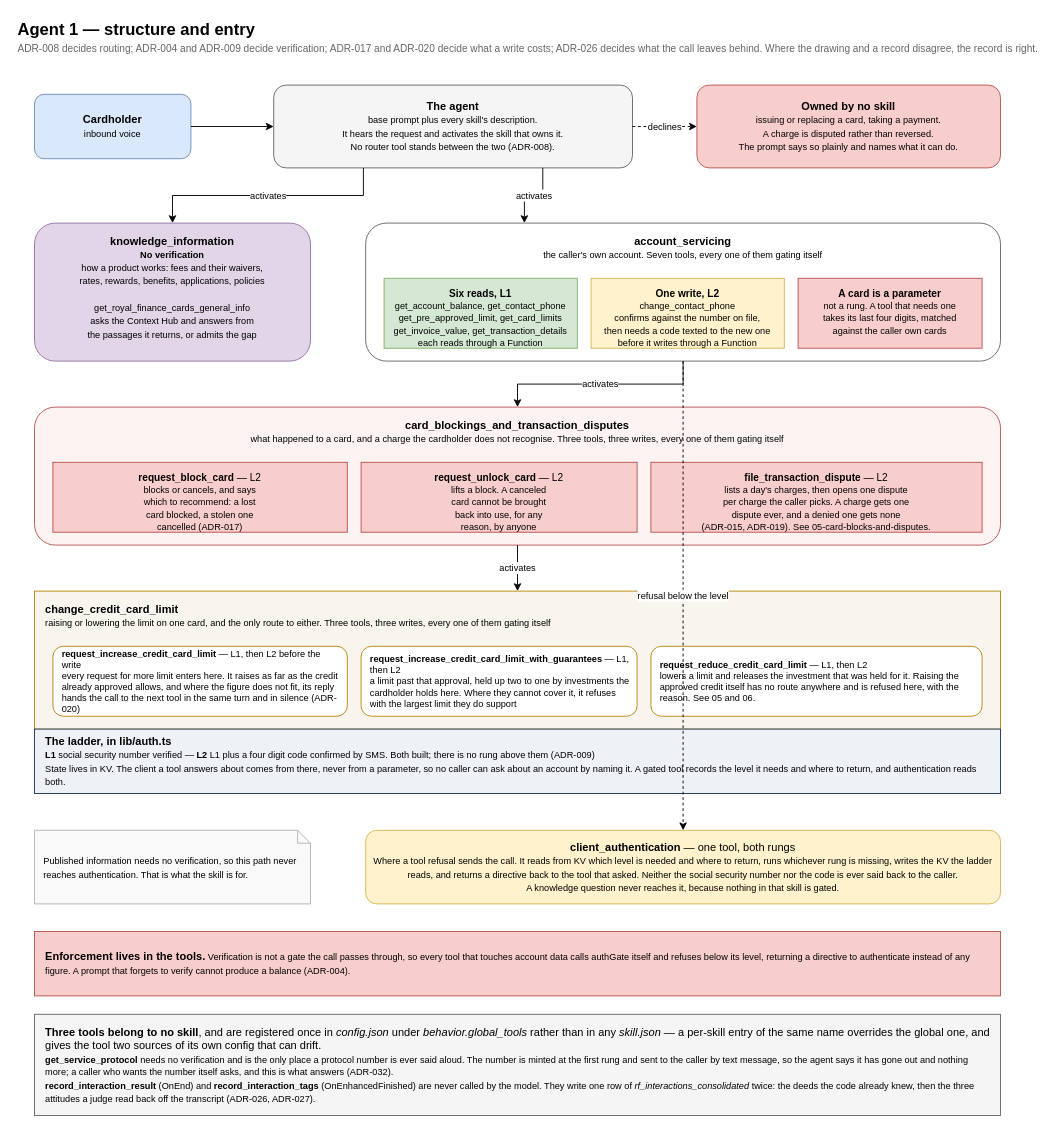
This is diagrams/01-structure-and-entry.drawio from henriquecv-wonderful/royal-finance-github, a draw.io file, before an edit. Source tidied: cells renumbered, new cells numbered last; positions are measured from the earlier drawing's top-left corner, leaving out a move shared by most shapes. Both pictures are drawn from the tidied source at 92%, with x=0, y=0 at pixel (16, 16).
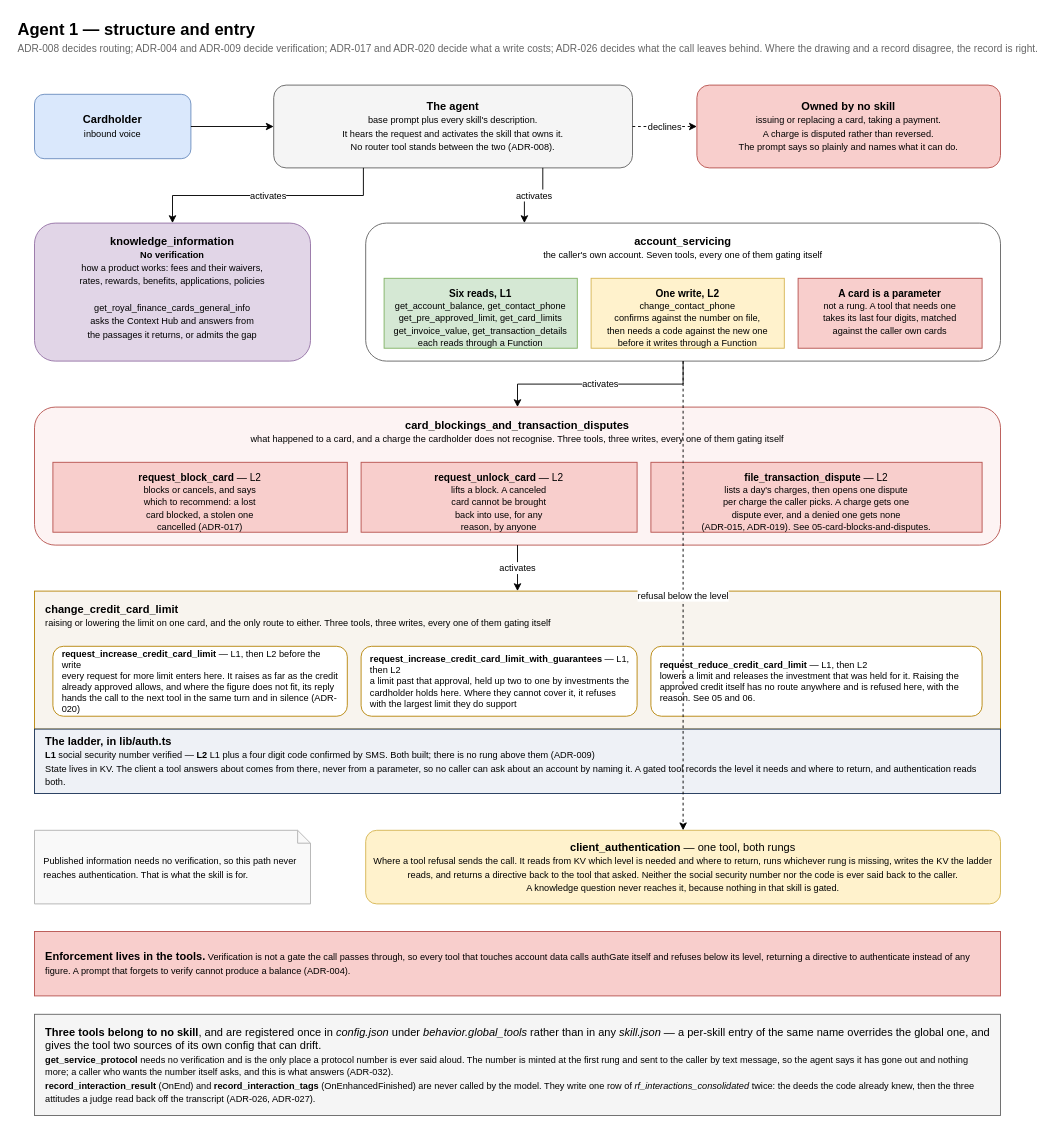
After the change.

Commit message (it also covers changes not shown here):
Diagrams: SMS delivery is diverted to a mock number

What changed in the source:
```diff
@@
-    <mxCell id="10" value="&lt;b&gt;One write, L2&lt;/b&gt;&lt;br&gt;&lt;font style=&quot;font-size: 10px&quot;&gt;change_contact_phone&lt;br&gt;confirms against the number on file,&lt;br&gt;then needs a code texted to the new one&lt;br&gt;before it writes through a Function&lt;/font&gt;" style="rounded=0;whiteSpace=wrap;html=1;fillColor=#fff2cc;strokeColor=#d6b656;fontSize=11;verticalAlign=top;spacingTop=4;" parent="1" vertex="1">
+    <mxCell id="10" value="&lt;b&gt;One write, L2&lt;/b&gt;&lt;br&gt;&lt;font style=&quot;font-size: 10px&quot;&gt;change_contact_phone&lt;br&gt;confirms against the number on file,&lt;br&gt;then needs a code against the new one&lt;br&gt;before it writes through a Function&lt;/font&gt;" style="rounded=0;whiteSpace=wrap;html=1;fillColor=#fff2cc;strokeColor=#d6b656;fontSize=11;verticalAlign=top;spacingTop=4;" parent="1" vertex="1">
       <mxGeometry x="625" y="285" width="210" height="76" as="geometry" />
     </mxCell>
```
